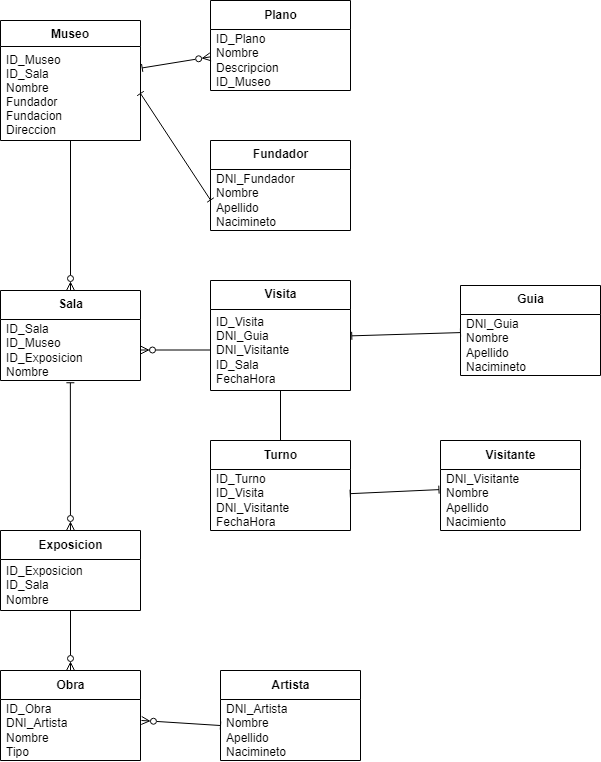
This is docs/Olimpiada.drawio.png from ArturoCruz606/OlimpiadaMuseo2022, a draw.io export, as it was before one commit. Source tidied: cells renumbered, new cells last; positions are measured from the earlier drawing's top-left corner, leaving out a move shared by most shapes.
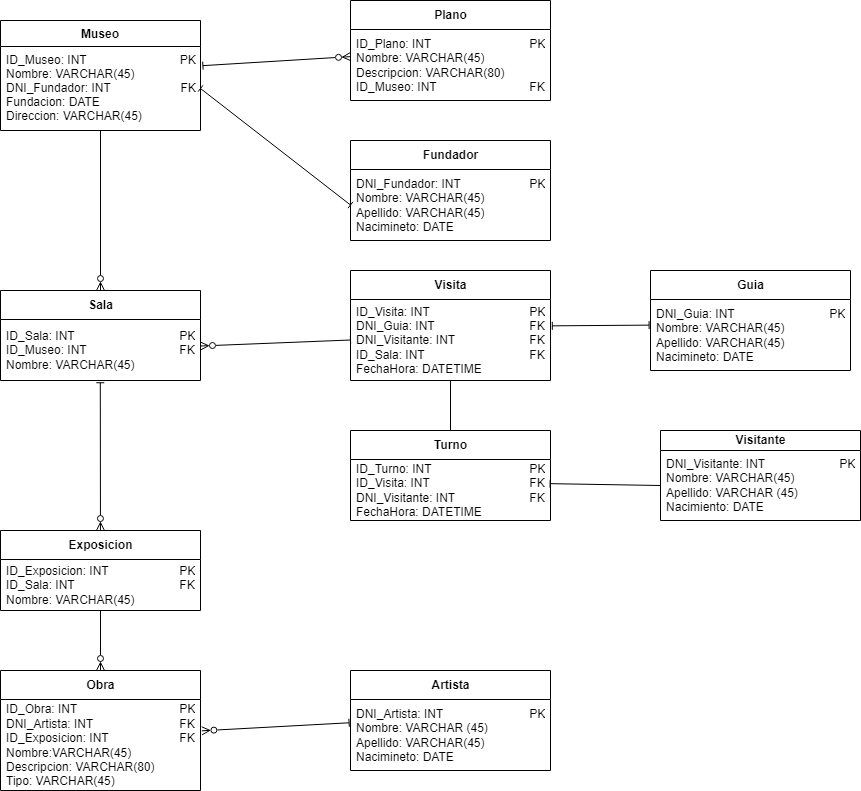
The same diagram one commit later.

Change to the diagram source:
```diff
@@ -3,19 +3,19 @@
     <mxCell id="0" />
     <mxCell id="1" parent="0" />
     <mxCell id="2" value="Museo" style="swimlane;fontStyle=1;align=center;verticalAlign=top;horizontal=1;startSize=26;" parent="1" vertex="1">
-      <mxGeometry y="20" width="140" height="120" as="geometry" />
+      <mxGeometry y="20" width="200" height="110" as="geometry" />
     </mxCell>
-    <mxCell id="3" value="ID_Museo&#10;ID_Sala&#10;Nombre&#10;Fundador&#10;Fundacion&#10;Direccion" style="text;strokeColor=none;fillColor=none;align=left;verticalAlign=top;spacingLeft=4;spacingRight=4;overflow=hidden;points=[[0,0.5],[1,0.5]];portConstraint=eastwest;" parent="2" vertex="1">
-      <mxGeometry y="26" width="140" height="94" as="geometry" />
+    <mxCell id="3" value="ID_Museo: INT                            PK&#10;Nombre: VARCHAR(45)&#10;DNI_Fundador: INT                     FK&#10;Fundacion: DATE&#10;Direccion: VARCHAR(45)" style="text;strokeColor=none;fillColor=none;align=left;verticalAlign=top;spacingLeft=4;spacingRight=4;overflow=hidden;points=[[0,0.5],[1,0.5]];portConstraint=eastwest;" parent="2" vertex="1">
+      <mxGeometry y="26" width="200" height="84" as="geometry" />
     </mxCell>
     <mxCell id="4" style="edgeStyle=none;html=1;entryX=1.012;entryY=0.228;entryDx=0;entryDy=0;entryPerimeter=0;endArrow=baseDash;endFill=0;startArrow=ERzeroToMany;startFill=0;" parent="1" edge="1" source="5" target="3">
       <mxGeometry relative="1" as="geometry" />
     </mxCell>
     <mxCell id="5" value="&lt;span style=&quot;text-align: left&quot;&gt;Plano&lt;/span&gt;" style="swimlane;fontStyle=1;align=center;verticalAlign=middle;horizontal=1;startSize=29;html=1;" parent="1" vertex="1">
-      <mxGeometry x="210" width="140" height="90" as="geometry" />
+      <mxGeometry x="350" width="200" height="100" as="geometry" />
     </mxCell>
-    <mxCell id="6" value="ID_Plano&lt;br&gt;Nombre&lt;br&gt;Descripcion&lt;br&gt;ID_Museo" style="text;html=1;strokeColor=none;fillColor=none;align=left;verticalAlign=middle;spacingLeft=4;spacingRight=4;overflow=hidden;" parent="5" vertex="1">
-      <mxGeometry y="29" width="140" height="61" as="geometry" />
+    <mxCell id="6" value="ID_Plano: INT&lt;span style=&quot;white-space: pre&quot;&gt;&#9;&lt;/span&gt;&lt;span style=&quot;white-space: pre&quot;&gt;&#9;&lt;/span&gt;&lt;span style=&quot;white-space: pre&quot;&gt;&#9;&lt;/span&gt;&lt;span style=&quot;white-space: pre&quot;&gt;&#9;&lt;/span&gt;&amp;nbsp; &amp;nbsp; PK&lt;br&gt;Nombre: VARCHAR(45)&lt;span style=&quot;white-space: pre&quot;&gt;&#9;&lt;/span&gt;&lt;span style=&quot;white-space: pre&quot;&gt;&#9;&lt;/span&gt;&lt;br&gt;Descripcion: VARCHAR(80)&lt;br&gt;ID_Museo: INT&lt;span style=&quot;white-space: pre&quot;&gt;&#9;&lt;/span&gt;&lt;span style=&quot;white-space: pre&quot;&gt;&#9;&lt;/span&gt;&lt;span style=&quot;white-space: pre&quot;&gt;&#9;&lt;/span&gt;&amp;nbsp; &amp;nbsp; FK" style="text;html=1;strokeColor=none;fillColor=none;align=left;verticalAlign=middle;spacingLeft=4;spacingRight=4;overflow=hidden;" parent="5" vertex="1">
+      <mxGeometry y="29" width="200" height="71" as="geometry" />
     </mxCell>
     <mxCell id="7" style="edgeStyle=none;html=1;entryX=0.499;entryY=1.037;entryDx=0;entryDy=0;entryPerimeter=0;startArrow=ERzeroToMany;startFill=0;endArrow=baseDash;endFill=0;" parent="1" edge="1" source="9" target="21">
       <mxGeometry relative="1" as="geometry" />
@@ -24,78 +24,78 @@
       <mxGeometry relative="1" as="geometry" />
     </mxCell>
     <mxCell id="9" value="Exposicion" style="swimlane;fontStyle=1;align=center;verticalAlign=middle;horizontal=1;startSize=29;html=1;" parent="1" vertex="1">
-      <mxGeometry y="530" width="140" height="80" as="geometry" />
+      <mxGeometry y="530" width="200" height="80" as="geometry" />
     </mxCell>
-    <mxCell id="10" value="ID_Exposicion&lt;br&gt;ID_Sala&lt;br&gt;Nombre" style="text;html=1;strokeColor=none;fillColor=none;align=left;verticalAlign=middle;spacingLeft=4;spacingRight=4;overflow=hidden;" parent="9" vertex="1">
-      <mxGeometry y="29" width="140" height="51" as="geometry" />
+    <mxCell id="10" value="ID_Exposicion: INT&lt;span style=&quot;white-space: pre&quot;&gt;&#9;&lt;/span&gt;&lt;span style=&quot;white-space: pre&quot;&gt;&#9;&lt;/span&gt;&lt;span style=&quot;white-space: pre&quot;&gt;&#9;&lt;/span&gt;&amp;nbsp; &amp;nbsp; PK&lt;br&gt;ID_Sala: INT&lt;span style=&quot;white-space: pre&quot;&gt;&#9;&lt;/span&gt;&lt;span style=&quot;white-space: pre&quot;&gt;&#9;&lt;/span&gt;&lt;span style=&quot;white-space: pre&quot;&gt;&#9;&lt;/span&gt;&lt;span style=&quot;white-space: pre&quot;&gt;&#9;&lt;/span&gt;&amp;nbsp; &amp;nbsp; FK&lt;br&gt;Nombre: VARCHAR(45)" style="text;html=1;strokeColor=none;fillColor=none;align=left;verticalAlign=middle;spacingLeft=4;spacingRight=4;overflow=hidden;" parent="9" vertex="1">
+      <mxGeometry y="29" width="200" height="51" as="geometry" />
     </mxCell>
     <mxCell id="11" style="edgeStyle=none;html=1;startArrow=baseDash;startFill=0;endArrow=baseDash;endFill=0;" parent="1" edge="1" source="12" target="16">
       <mxGeometry relative="1" as="geometry" />
     </mxCell>
     <mxCell id="12" value="Visita" style="swimlane;fontStyle=1;align=center;verticalAlign=middle;horizontal=1;startSize=29;html=1;" parent="1" vertex="1">
-      <mxGeometry x="210" y="280" width="140" height="110" as="geometry" />
+      <mxGeometry x="350" y="270" width="200" height="110" as="geometry" />
     </mxCell>
-    <mxCell id="13" value="&lt;div&gt;&lt;span&gt;ID_Visita&lt;/span&gt;&lt;/div&gt;&lt;div&gt;&lt;span&gt;DNI_Guia&lt;/span&gt;&lt;/div&gt;&lt;div&gt;&lt;span&gt;DNI_Visitante&lt;/span&gt;&lt;/div&gt;&lt;div&gt;&lt;span&gt;ID_Sala&lt;/span&gt;&lt;/div&gt;&lt;div&gt;&lt;span&gt;FechaHora&lt;/span&gt;&lt;/div&gt;" style="text;html=1;strokeColor=none;fillColor=none;align=left;verticalAlign=middle;spacingLeft=4;spacingRight=4;overflow=hidden;points=[[0,0.5],[1,0.5]];portConstraint=eastwest;" parent="12" vertex="1">
-      <mxGeometry y="29" width="140" height="81" as="geometry" />
+    <mxCell id="13" value="&lt;div&gt;&lt;span&gt;ID_Visita: INT&lt;span style=&quot;white-space: pre&quot;&gt;&#9;&lt;/span&gt;&lt;span style=&quot;white-space: pre&quot;&gt;&#9;&lt;/span&gt;&lt;span style=&quot;white-space: pre&quot;&gt;&#9;&lt;/span&gt;&lt;span style=&quot;white-space: pre&quot;&gt;&#9;&lt;/span&gt;&amp;nbsp; &amp;nbsp; PK&lt;/span&gt;&lt;/div&gt;&lt;div&gt;&lt;span&gt;DNI_Guia: INT&lt;span style=&quot;white-space: pre&quot;&gt;&#9;&lt;/span&gt;&lt;span style=&quot;white-space: pre&quot;&gt;&#9;&lt;/span&gt;&lt;span style=&quot;white-space: pre&quot;&gt;&#9;&lt;/span&gt;&amp;nbsp; &amp;nbsp; FK&lt;/span&gt;&lt;/div&gt;&lt;div&gt;&lt;span&gt;DNI_Visitante: INT&lt;span style=&quot;white-space: pre&quot;&gt;&#9;&lt;/span&gt;&lt;span style=&quot;white-space: pre&quot;&gt;&#9;&lt;/span&gt;&lt;span style=&quot;white-space: pre&quot;&gt;&#9;&lt;/span&gt;&amp;nbsp; &amp;nbsp; FK&lt;/span&gt;&lt;/div&gt;&lt;div&gt;&lt;span&gt;ID_Sala: INT&lt;span style=&quot;white-space: pre&quot;&gt;&#9;&lt;/span&gt;&lt;span style=&quot;white-space: pre&quot;&gt;&#9;&lt;/span&gt;&lt;span style=&quot;white-space: pre&quot;&gt;&#9;&lt;/span&gt;&lt;span style=&quot;white-space: pre&quot;&gt;&#9;&lt;/span&gt;&amp;nbsp; &amp;nbsp; FK&lt;/span&gt;&lt;/div&gt;&lt;div&gt;&lt;span&gt;FechaHora: DATETIME&lt;/span&gt;&lt;/div&gt;" style="text;html=1;strokeColor=none;fillColor=none;align=left;verticalAlign=middle;spacingLeft=4;spacingRight=4;overflow=hidden;points=[[0,0.5],[1,0.5]];portConstraint=eastwest;" parent="12" vertex="1">
+      <mxGeometry y="29" width="200" height="81" as="geometry" />
     </mxCell>
-    <mxCell id="14" value="Visitante" style="swimlane;fontStyle=1;align=center;verticalAlign=middle;horizontal=1;startSize=29;html=1;" parent="1" vertex="1">
-      <mxGeometry x="440" y="440" width="140" height="90" as="geometry" />
+    <mxCell id="14" value="Visitante" style="swimlane;fontStyle=1;align=center;verticalAlign=middle;horizontal=1;startSize=20;html=1;" parent="1" vertex="1">
+      <mxGeometry x="660" y="430" width="200" height="90" as="geometry" />
     </mxCell>
-    <mxCell id="15" value="DNI_Visitante&lt;br&gt;Nombre&lt;br&gt;Apellido&lt;br&gt;Nacimiento" style="text;html=1;strokeColor=none;fillColor=none;align=left;verticalAlign=middle;spacingLeft=4;spacingRight=4;overflow=hidden;points=[[0,0.5],[1,0.5]];portConstraint=eastwest;" parent="14" vertex="1">
-      <mxGeometry y="29" width="140" height="61" as="geometry" />
+    <mxCell id="15" value="DNI_Visitante: INT&amp;nbsp;&lt;span style=&quot;white-space: pre&quot;&gt;&#9;&lt;/span&gt;&lt;span style=&quot;white-space: pre&quot;&gt;&#9;&lt;/span&gt;&lt;span style=&quot;white-space: pre&quot;&gt;&#9;&lt;/span&gt;&amp;nbsp; &amp;nbsp; PK&lt;br&gt;Nombre: VARCHAR(45)&lt;br&gt;Apellido: VARCHAR (45)&lt;br&gt;Nacimiento: DATE" style="text;html=1;strokeColor=none;fillColor=none;align=left;verticalAlign=middle;spacingLeft=4;spacingRight=4;overflow=hidden;points=[[0,0.5],[1,0.5]];portConstraint=eastwest;" parent="14" vertex="1">
+      <mxGeometry y="20" width="200" height="70" as="geometry" />
     </mxCell>
     <mxCell id="16" value="Turno" style="swimlane;fontStyle=1;align=center;verticalAlign=middle;horizontal=1;startSize=29;html=1;" parent="1" vertex="1">
-      <mxGeometry x="210" y="440" width="140" height="90" as="geometry" />
+      <mxGeometry x="350" y="430" width="200" height="90" as="geometry" />
     </mxCell>
-    <mxCell id="17" value="&lt;div&gt;&lt;span&gt;ID_Turno&lt;/span&gt;&lt;/div&gt;&lt;div&gt;&lt;span&gt;ID_Visita&lt;/span&gt;&lt;/div&gt;&lt;div&gt;DNI_Visitante&lt;span&gt;&lt;br&gt;&lt;/span&gt;&lt;/div&gt;&lt;div&gt;&lt;span&gt;FechaHora&lt;/span&gt;&lt;/div&gt;" style="text;html=1;strokeColor=none;fillColor=none;align=left;verticalAlign=middle;spacingLeft=4;spacingRight=4;overflow=hidden;points=[[0,0.5],[1,0.5]];portConstraint=eastwest;" parent="16" vertex="1">
-      <mxGeometry y="29" width="140" height="61" as="geometry" />
+    <mxCell id="17" value="&lt;div&gt;&lt;span&gt;ID_Turno: INT&lt;span style=&quot;white-space: pre&quot;&gt;&#9;&lt;/span&gt;&lt;span style=&quot;white-space: pre&quot;&gt;&#9;&lt;/span&gt;&lt;span style=&quot;white-space: pre&quot;&gt;&#9;&lt;/span&gt;&lt;span style=&quot;white-space: pre&quot;&gt;&#9;&lt;/span&gt;&amp;nbsp; &amp;nbsp; PK&lt;/span&gt;&lt;/div&gt;&lt;div&gt;&lt;span&gt;ID_Visita: INT&amp;nbsp;&lt;span style=&quot;white-space: pre&quot;&gt;&#9;&lt;/span&gt;&lt;span style=&quot;white-space: pre&quot;&gt;&#9;&lt;/span&gt;&lt;span style=&quot;white-space: pre&quot;&gt;&#9;&lt;/span&gt;&lt;span style=&quot;white-space: pre&quot;&gt;&#9;&lt;/span&gt;&amp;nbsp; &amp;nbsp; FK&lt;/span&gt;&lt;/div&gt;&lt;div&gt;DNI_Visitante: INT&lt;span style=&quot;white-space: pre&quot;&gt;&#9;&lt;/span&gt;&lt;span style=&quot;white-space: pre&quot;&gt;&#9;&lt;/span&gt;&lt;span style=&quot;white-space: pre&quot;&gt;&#9;&lt;/span&gt;&amp;nbsp; &amp;nbsp; FK&lt;span&gt;&lt;br&gt;&lt;/span&gt;&lt;/div&gt;&lt;div&gt;&lt;span&gt;FechaHora: DATETIME&lt;/span&gt;&lt;/div&gt;" style="text;html=1;strokeColor=none;fillColor=none;align=left;verticalAlign=middle;spacingLeft=4;spacingRight=4;overflow=hidden;points=[[0,0.5],[1,0.5]];portConstraint=eastwest;" parent="16" vertex="1">
+      <mxGeometry y="29" width="200" height="61" as="geometry" />
     </mxCell>
-    <mxCell id="18" style="edgeStyle=none;html=1;entryX=0.998;entryY=0.396;entryDx=0;entryDy=0;startArrow=baseDash;startFill=0;endArrow=baseDash;endFill=0;exitX=-0.011;exitY=0.33;exitDx=0;exitDy=0;exitPerimeter=0;entryPerimeter=0;" parent="1" edge="1" source="15" target="17">
+    <mxCell id="18" style="edgeStyle=none;html=1;entryX=0.998;entryY=0.396;entryDx=0;entryDy=0;startArrow=baseDash;startFill=0;endArrow=baseDash;endFill=0;exitX=0;exitY=0.5;exitDx=0;exitDy=0;entryPerimeter=0;" parent="1" edge="1" source="15" target="17">
       <mxGeometry relative="1" as="geometry" />
     </mxCell>
     <mxCell id="19" style="edgeStyle=none;html=1;entryX=0.5;entryY=1;entryDx=0;entryDy=0;startArrow=ERzeroToMany;startFill=0;endArrow=baseDash;endFill=0;" parent="1" edge="1" source="20" target="2">
       <mxGeometry relative="1" as="geometry" />
     </mxCell>
     <mxCell id="20" value="Sala" style="swimlane;fontStyle=1;align=center;verticalAlign=middle;horizontal=1;startSize=29;html=1;" parent="1" vertex="1">
-      <mxGeometry y="290" width="140" height="90" as="geometry" />
+      <mxGeometry y="290" width="200" height="90" as="geometry" />
     </mxCell>
-    <mxCell id="21" value="ID_Sala&lt;br&gt;ID_Museo&lt;br&gt;ID_Exposicion&lt;br&gt;Nombre" style="text;html=1;strokeColor=none;fillColor=none;align=left;verticalAlign=middle;spacingLeft=4;spacingRight=4;overflow=hidden;points=[[0,0.5],[1,0.5]];portConstraint=eastwest;" parent="20" vertex="1">
-      <mxGeometry y="29" width="140" height="61" as="geometry" />
+    <mxCell id="21" value="ID_Sala: INT&lt;span style=&quot;white-space: pre&quot;&gt;&#9;&lt;/span&gt;&lt;span style=&quot;white-space: pre&quot;&gt;&#9;&lt;/span&gt;&lt;span style=&quot;white-space: pre&quot;&gt;&#9;&lt;/span&gt;&lt;span style=&quot;white-space: pre&quot;&gt;&#9;&lt;/span&gt;&amp;nbsp; &amp;nbsp; PK&lt;br&gt;ID_Museo: INT&lt;span style=&quot;white-space: pre&quot;&gt;&#9;&lt;/span&gt;&lt;span style=&quot;white-space: pre&quot;&gt;&#9;&lt;/span&gt;&lt;span style=&quot;white-space: pre&quot;&gt;&#9;&lt;/span&gt;&amp;nbsp; &amp;nbsp; FK&lt;br&gt;Nombre: VARCHAR(45)" style="text;html=1;strokeColor=none;fillColor=none;align=left;verticalAlign=middle;spacingLeft=4;spacingRight=4;overflow=hidden;points=[[0,0.5],[1,0.5]];portConstraint=eastwest;" parent="20" vertex="1">
+      <mxGeometry y="29" width="200" height="61" as="geometry" />
     </mxCell>
     <mxCell id="22" value="Guia" style="swimlane;fontStyle=1;align=center;verticalAlign=middle;horizontal=1;startSize=29;html=1;" parent="1" vertex="1">
-      <mxGeometry x="460" y="285" width="140" height="90" as="geometry" />
+      <mxGeometry x="650" y="270" width="200" height="100" as="geometry" />
     </mxCell>
-    <mxCell id="23" value="DNI_Guia&lt;br&gt;Nombre&lt;br&gt;Apellido&lt;br&gt;Nacimineto" style="text;html=1;strokeColor=none;fillColor=none;align=left;verticalAlign=middle;spacingLeft=4;spacingRight=4;overflow=hidden;points=[[0,0.5],[1,0.5]];portConstraint=eastwest;" parent="22" vertex="1">
-      <mxGeometry y="29" width="140" height="61" as="geometry" />
+    <mxCell id="23" value="DNI_Guia: INT&lt;span style=&quot;white-space: pre&quot;&gt;&#9;&lt;/span&gt;&lt;span style=&quot;white-space: pre&quot;&gt;&#9;&lt;/span&gt;&lt;span style=&quot;white-space: pre&quot;&gt;&#9;&lt;/span&gt;&amp;nbsp; &amp;nbsp; PK&lt;br&gt;Nombre: VARCHAR(45)&lt;br&gt;Apellido: VARCHAR(45)&lt;br&gt;Nacimineto: DATE" style="text;html=1;strokeColor=none;fillColor=none;align=left;verticalAlign=middle;spacingLeft=4;spacingRight=4;overflow=hidden;points=[[0,0.5],[1,0.5]];portConstraint=eastwest;" parent="22" vertex="1">
+      <mxGeometry y="29" width="200" height="71" as="geometry" />
     </mxCell>
-    <mxCell id="24" style="edgeStyle=none;html=1;exitX=1.009;exitY=0.325;exitDx=0;exitDy=0;startArrow=baseDash;startFill=0;endArrow=baseDash;endFill=0;exitPerimeter=0;" parent="1" edge="1" source="13" target="22">
+    <mxCell id="24" style="edgeStyle=none;html=1;exitX=1.009;exitY=0.325;exitDx=0;exitDy=0;startArrow=baseDash;startFill=0;endArrow=baseDash;endFill=0;exitPerimeter=0;entryX=-0.007;entryY=0.361;entryDx=0;entryDy=0;entryPerimeter=0;" parent="1" edge="1" source="13" target="23">
       <mxGeometry relative="1" as="geometry" />
     </mxCell>
     <mxCell id="25" style="edgeStyle=none;html=1;entryX=0;entryY=0.5;entryDx=0;entryDy=0;startArrow=ERzeroToMany;startFill=0;endArrow=baseDash;endFill=0;" parent="1" edge="1" source="21" target="13">
       <mxGeometry relative="1" as="geometry" />
     </mxCell>
     <mxCell id="26" value="Fundador" style="swimlane;fontStyle=1;align=center;verticalAlign=middle;horizontal=1;startSize=29;html=1;" parent="1" vertex="1">
-      <mxGeometry x="210" y="140" width="140" height="90" as="geometry" />
+      <mxGeometry x="350" y="140" width="200" height="100" as="geometry" />
     </mxCell>
-    <mxCell id="27" value="DNI_Fundador&lt;br&gt;Nombre&lt;br&gt;Apellido&lt;br&gt;Nacimineto" style="text;html=1;strokeColor=none;fillColor=none;align=left;verticalAlign=middle;spacingLeft=4;spacingRight=4;overflow=hidden;points=[[0,0.5],[1,0.5]];portConstraint=eastwest;" parent="26" vertex="1">
-      <mxGeometry y="29" width="140" height="61" as="geometry" />
+    <mxCell id="27" value="DNI_Fundador: INT&lt;span style=&quot;white-space: pre&quot;&gt;&#9;&lt;/span&gt;&lt;span style=&quot;white-space: pre&quot;&gt;&#9;&lt;/span&gt;&lt;span style=&quot;white-space: pre&quot;&gt;&#9;&lt;/span&gt;&amp;nbsp; &amp;nbsp; PK&lt;br&gt;Nombre: VARCHAR(45)&lt;br&gt;Apellido: VARCHAR(45)&lt;br&gt;Nacimineto: DATE" style="text;html=1;strokeColor=none;fillColor=none;align=left;verticalAlign=middle;spacingLeft=4;spacingRight=4;overflow=hidden;points=[[0,0.5],[1,0.5]];portConstraint=eastwest;" parent="26" vertex="1">
+      <mxGeometry y="29" width="200" height="71" as="geometry" />
     </mxCell>
     <mxCell id="28" style="edgeStyle=none;html=1;exitX=1;exitY=0.5;exitDx=0;exitDy=0;startArrow=baseDash;startFill=0;endArrow=baseDash;endFill=0;entryX=0;entryY=0.5;entryDx=0;entryDy=0;" parent="1" edge="1" source="3" target="27">
       <mxGeometry relative="1" as="geometry" />
     </mxCell>
     <mxCell id="29" value="Artista" style="swimlane;fontStyle=1;align=center;verticalAlign=middle;horizontal=1;startSize=29;html=1;" parent="1" vertex="1">
-      <mxGeometry x="220" y="670" width="140" height="90" as="geometry" />
+      <mxGeometry x="350" y="670" width="200" height="100" as="geometry" />
     </mxCell>
-    <mxCell id="30" value="&lt;span&gt;DNI_Artista&lt;/span&gt;&lt;br&gt;&lt;span&gt;Nombre&lt;/span&gt;&lt;br&gt;&lt;span&gt;Apellido&lt;/span&gt;&lt;br&gt;&lt;span&gt;Nacimineto&lt;/span&gt;" style="text;html=1;strokeColor=none;fillColor=none;align=left;verticalAlign=middle;spacingLeft=4;spacingRight=4;overflow=hidden;points=[[0,0.5],[1,0.5]];portConstraint=eastwest;" parent="29" vertex="1">
-      <mxGeometry y="29" width="140" height="61" as="geometry" />
+    <mxCell id="30" value="&lt;span&gt;DNI_Artista: INT&lt;span style=&quot;white-space: pre&quot;&gt;&#9;&lt;/span&gt;&lt;span style=&quot;white-space: pre&quot;&gt;&#9;&lt;/span&gt;&lt;span style=&quot;white-space: pre&quot;&gt;&#9;&lt;/span&gt;&amp;nbsp; &amp;nbsp; PK&lt;/span&gt;&lt;br&gt;&lt;span&gt;Nombre: VARCHAR (45)&lt;/span&gt;&lt;br&gt;&lt;span&gt;Apellido: VARCHAR(45)&lt;/span&gt;&lt;br&gt;&lt;span&gt;Nacimineto: DATE&lt;/span&gt;" style="text;html=1;strokeColor=none;fillColor=none;align=left;verticalAlign=middle;spacingLeft=4;spacingRight=4;overflow=hidden;points=[[0,0.5],[1,0.5]];portConstraint=eastwest;" parent="29" vertex="1">
+      <mxGeometry y="29" width="200" height="71" as="geometry" />
     </mxCell>
     <mxCell id="31" value="Obra" style="swimlane;fontStyle=1;align=center;verticalAlign=middle;horizontal=1;startSize=29;html=1;" parent="1" vertex="1">
-      <mxGeometry y="670" width="140" height="90" as="geometry" />
+      <mxGeometry y="670" width="200" height="120" as="geometry" />
     </mxCell>
-    <mxCell id="32" value="ID_Obra&lt;br&gt;DNI_Artista&lt;br&gt;Nombre&lt;br&gt;Tipo" style="text;html=1;strokeColor=none;fillColor=none;align=left;verticalAlign=middle;spacingLeft=4;spacingRight=4;overflow=hidden;points=[[0,0.5],[1,0.5]];portConstraint=eastwest;" parent="31" vertex="1">
-      <mxGeometry y="29" width="140" height="61" as="geometry" />
+    <mxCell id="32" value="ID_Obra: INT&lt;span style=&quot;white-space: pre&quot;&gt;&#9;&lt;/span&gt;&lt;span style=&quot;white-space: pre&quot;&gt;&#9;&lt;/span&gt;&lt;span style=&quot;white-space: pre&quot;&gt;&#9;&lt;/span&gt;&lt;span style=&quot;white-space: pre&quot;&gt;&#9;&lt;/span&gt;&amp;nbsp; &amp;nbsp; PK&lt;br&gt;DNI_Artista: INT&lt;span style=&quot;white-space: pre&quot;&gt;&#9;&lt;/span&gt;&lt;span style=&quot;white-space: pre&quot;&gt;&#9;&lt;/span&gt;&lt;span style=&quot;white-space: pre&quot;&gt;&#9;&lt;/span&gt;&amp;nbsp; &amp;nbsp; FK&lt;br&gt;ID_Exposicion: INT&lt;span style=&quot;white-space: pre&quot;&gt;&#9;&lt;/span&gt;&lt;span style=&quot;white-space: pre&quot;&gt;&#9;&lt;/span&gt;&lt;span style=&quot;white-space: pre&quot;&gt;&#9;&lt;/span&gt;&amp;nbsp; &amp;nbsp; FK&lt;br&gt;Nombre:VARCHAR(45)&lt;br&gt;Descripcion: VARCHAR(80)&lt;br&gt;Tipo: VARCHAR(45)" style="text;html=1;strokeColor=none;fillColor=none;align=left;verticalAlign=middle;spacingLeft=4;spacingRight=4;overflow=hidden;points=[[0,0.5],[1,0.5]];portConstraint=eastwest;" parent="31" vertex="1">
+      <mxGeometry y="29" width="200" height="91" as="geometry" />
     </mxCell>
-    <mxCell id="33" style="edgeStyle=none;html=1;entryX=1.007;entryY=0.344;entryDx=0;entryDy=0;entryPerimeter=0;startArrow=baseDash;startFill=0;endArrow=ERzeroToMany;endFill=0;" parent="1" edge="1" source="30" target="32">
+    <mxCell id="33" style="edgeStyle=none;html=1;entryX=1.007;entryY=0.344;entryDx=0;entryDy=0;entryPerimeter=0;startArrow=baseDash;startFill=0;endArrow=ERzeroToMany;endFill=0;exitX=-0.007;exitY=0.328;exitDx=0;exitDy=0;exitPerimeter=0;" parent="1" edge="1" source="30" target="32">
       <mxGeometry relative="1" as="geometry" />
     </mxCell>
   </root>
```
